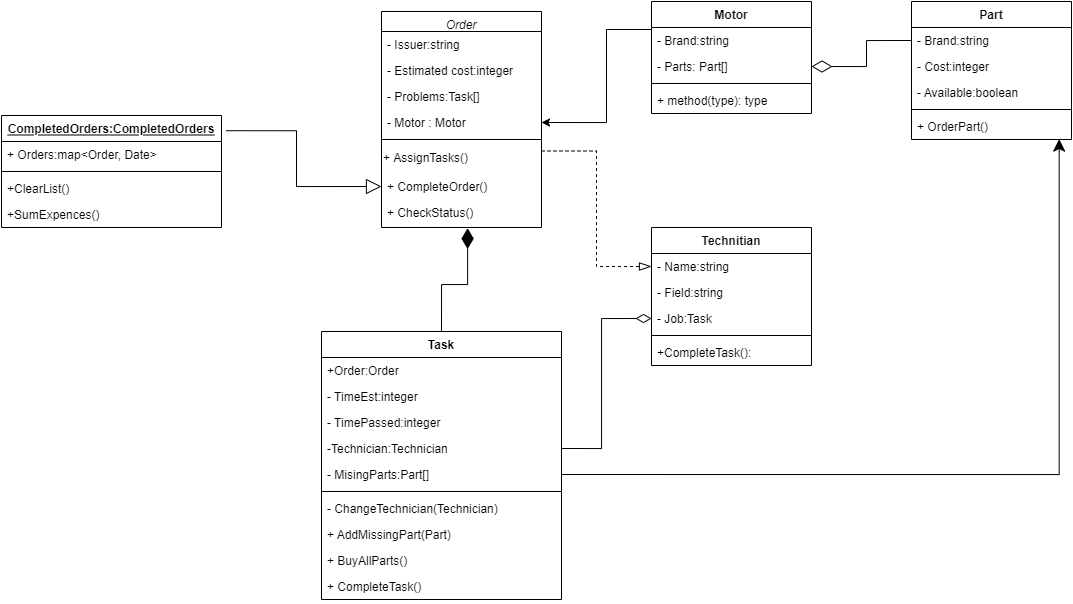
This is SEP diagram.drawio.png from Skydrinka/test, a draw.io export, as it was before one commit. Source tidied: cells renumbered, new cells last; positions are measured from the earlier drawing's top-left corner, leaving out a move shared by most shapes. Source of this version:
```xml
<mxGraphModel>
  <root>
    <mxCell id="0" />
    <mxCell id="1" parent="0" />
    <mxCell id="2" value="Order" style="swimlane;fontStyle=2;align=center;verticalAlign=top;horizontal=1;startSize=20;rounded=0;shadow=0;strokeWidth=1;" parent="1" vertex="1">
      <mxGeometry x="380" y="10" width="160" height="216" as="geometry" />
    </mxCell>
    <mxCell id="3" value="- Issuer:string" style="text;align=left;verticalAlign=top;spacingLeft=4;spacingRight=4;overflow=hidden;" parent="2" vertex="1">
      <mxGeometry y="20" width="160" height="26" as="geometry" />
    </mxCell>
    <mxCell id="4" value="- Estimated cost:integer" style="text;align=left;verticalAlign=top;spacingLeft=4;spacingRight=4;overflow=hidden;rounded=0;shadow=0;html=0;" parent="2" vertex="1">
      <mxGeometry y="46" width="160" height="26" as="geometry" />
    </mxCell>
    <mxCell id="5" value="- Problems:Task[]" style="text;align=left;verticalAlign=top;spacingLeft=4;spacingRight=4;overflow=hidden;rounded=0;shadow=0;html=0;" parent="2" vertex="1">
      <mxGeometry y="72" width="160" height="26" as="geometry" />
    </mxCell>
    <mxCell id="6" value="- Motor : Motor" style="text;strokeColor=none;fillColor=none;align=left;verticalAlign=top;spacingLeft=4;spacingRight=4;overflow=hidden;points=[[0,0.5],[1,0.5]];portConstraint=eastwest;" parent="2" vertex="1">
      <mxGeometry y="98" width="160" height="26" as="geometry" />
    </mxCell>
    <mxCell id="7" style="line;html=1;strokeWidth=1;align=left;verticalAlign=middle;spacingTop=-1;spacingLeft=3;spacingRight=3;labelPosition=right;" parent="2" vertex="1">
      <mxGeometry y="124" width="160" height="8" as="geometry" />
    </mxCell>
    <mxCell id="8" value="+ AssignTasks()" style="text;html=1;strokeColor=none;fillColor=none;align=left;verticalAlign=middle;whiteSpace=wrap;rounded=0;" parent="2" vertex="1">
      <mxGeometry y="132" width="160" height="30" as="geometry" />
    </mxCell>
    <mxCell id="9" value="+ CompleteOrder()" style="text;strokeColor=none;fillColor=none;align=left;verticalAlign=top;spacingLeft=4;spacingRight=4;overflow=hidden;points=[[0,0.5],[1,0.5]];portConstraint=eastwest;" parent="2" vertex="1">
      <mxGeometry y="162" width="160" height="26" as="geometry" />
    </mxCell>
    <mxCell id="10" value="+ CheckStatus()" style="text;align=left;verticalAlign=top;spacingLeft=4;spacingRight=4;overflow=hidden;points=[[0,0.5],[1,0.5]];portConstraint=eastwest;" parent="2" vertex="1">
      <mxGeometry y="188" width="160" height="28" as="geometry" />
    </mxCell>
    <mxCell id="11" style="edgeStyle=orthogonalEdgeStyle;rounded=0;jettySize=auto;html=1;exitX=0;exitY=0.25;exitDx=0;exitDy=0;entryX=1;entryY=0.5;entryDx=0;entryDy=0;" parent="1" edge="1" source="12" target="6">
      <mxGeometry relative="1" as="geometry">
        <Array as="points">
          <mxPoint x="605" y="28" />
          <mxPoint x="605" y="121" />
        </Array>
      </mxGeometry>
    </mxCell>
    <mxCell id="12" value="Motor" style="swimlane;fontStyle=1;align=center;verticalAlign=top;horizontal=1;startSize=26;" parent="1" vertex="1">
      <mxGeometry x="650" width="160" height="112" as="geometry" />
    </mxCell>
    <mxCell id="13" value="- Brand:string" style="text;strokeColor=none;fillColor=none;align=left;verticalAlign=top;spacingLeft=4;spacingRight=4;overflow=hidden;" parent="12" vertex="1">
      <mxGeometry y="26" width="160" height="26" as="geometry" />
    </mxCell>
    <mxCell id="14" value="- Parts: Part[]" style="text;strokeColor=none;fillColor=none;align=left;verticalAlign=top;spacingLeft=4;spacingRight=4;overflow=hidden;points=[[0,0.5],[1,0.5]];portConstraint=eastwest;" parent="12" vertex="1">
      <mxGeometry y="52" width="160" height="26" as="geometry" />
    </mxCell>
    <mxCell id="15" style="line;strokeWidth=1;fillColor=none;align=left;verticalAlign=middle;spacingTop=-1;spacingLeft=3;spacingRight=3;labelPosition=right;" parent="12" vertex="1">
      <mxGeometry y="78" width="160" height="8" as="geometry" />
    </mxCell>
    <mxCell id="16" value="+ method(type): type" style="text;strokeColor=none;fillColor=none;align=left;verticalAlign=top;spacingLeft=4;spacingRight=4;overflow=hidden;" parent="12" vertex="1">
      <mxGeometry y="86" width="160" height="26" as="geometry" />
    </mxCell>
    <mxCell id="17" value="Technitian" style="swimlane;fontStyle=1;align=center;verticalAlign=top;horizontal=1;startSize=26;" parent="1" vertex="1">
      <mxGeometry x="650" y="226" width="160" height="138" as="geometry" />
    </mxCell>
    <mxCell id="18" value="- Name:string" style="text;strokeColor=none;fillColor=none;align=left;verticalAlign=top;spacingLeft=4;spacingRight=4;overflow=hidden;points=[[0,0.5],[1,0.5]];portConstraint=eastwest;" parent="17" vertex="1">
      <mxGeometry y="26" width="160" height="26" as="geometry" />
    </mxCell>
    <mxCell id="19" value="- Field:string" style="text;strokeColor=none;fillColor=none;align=left;verticalAlign=top;spacingLeft=4;spacingRight=4;overflow=hidden;" parent="17" vertex="1">
      <mxGeometry y="52" width="160" height="26" as="geometry" />
    </mxCell>
    <mxCell id="20" value="- Job:Task" style="text;strokeColor=none;fillColor=none;align=left;verticalAlign=top;spacingLeft=4;spacingRight=4;overflow=hidden;points=[[0,0.5],[1,0.5]];portConstraint=eastwest;" parent="17" vertex="1">
      <mxGeometry y="78" width="160" height="26" as="geometry" />
    </mxCell>
    <mxCell id="21" style="line;strokeWidth=1;fillColor=none;align=left;verticalAlign=middle;spacingTop=-1;spacingLeft=3;spacingRight=3;labelPosition=right;" parent="17" vertex="1">
      <mxGeometry y="104" width="160" height="8" as="geometry" />
    </mxCell>
    <mxCell id="22" value="+CompleteTask():" style="text;strokeColor=none;fillColor=none;align=left;verticalAlign=top;spacingLeft=4;spacingRight=4;overflow=hidden;" parent="17" vertex="1">
      <mxGeometry y="112" width="160" height="26" as="geometry" />
    </mxCell>
    <mxCell id="23" value="Part" style="swimlane;fontStyle=1;align=center;verticalAlign=top;horizontal=1;startSize=26;" parent="1" vertex="1">
      <mxGeometry x="910" width="160" height="138" as="geometry" />
    </mxCell>
    <mxCell id="24" value="- Brand:string" style="text;strokeColor=none;fillColor=none;align=left;verticalAlign=top;spacingLeft=4;spacingRight=4;overflow=hidden;points=[[0,0.5],[1,0.5]];portConstraint=eastwest;" parent="23" vertex="1">
      <mxGeometry y="26" width="160" height="26" as="geometry" />
    </mxCell>
    <mxCell id="25" value="- Cost:integer" style="text;strokeColor=none;fillColor=none;align=left;verticalAlign=top;spacingLeft=4;spacingRight=4;overflow=hidden;" parent="23" vertex="1">
      <mxGeometry y="52" width="160" height="26" as="geometry" />
    </mxCell>
    <mxCell id="26" value="- Available:boolean" style="text;strokeColor=none;fillColor=none;align=left;verticalAlign=top;spacingLeft=4;spacingRight=4;overflow=hidden;" parent="23" vertex="1">
      <mxGeometry y="78" width="160" height="26" as="geometry" />
    </mxCell>
    <mxCell id="27" style="line;strokeWidth=1;fillColor=none;align=left;verticalAlign=middle;spacingTop=-1;spacingLeft=3;spacingRight=3;labelPosition=right;" parent="23" vertex="1">
      <mxGeometry y="104" width="160" height="8" as="geometry" />
    </mxCell>
    <mxCell id="28" value="+ OrderPart()" style="text;strokeColor=none;fillColor=none;align=left;verticalAlign=top;spacingLeft=4;spacingRight=4;overflow=hidden;points=[[0,0.5],[1,0.5]];portConstraint=eastwest;" parent="23" vertex="1">
      <mxGeometry y="112" width="160" height="26" as="geometry" />
    </mxCell>
    <mxCell id="29" style="edgeStyle=orthogonalEdgeStyle;rounded=0;jettySize=auto;html=1;exitX=0;exitY=0.5;exitDx=0;exitDy=0;entryX=1;entryY=0.5;entryDx=0;entryDy=0;startArrow=none;startFill=0;endArrow=diamondThin;endFill=0;endSize=18;" parent="1" edge="1" source="24" target="14">
      <mxGeometry relative="1" as="geometry" />
    </mxCell>
    <mxCell id="30" style="edgeStyle=orthogonalEdgeStyle;rounded=0;jettySize=auto;html=1;exitX=0.5;exitY=0;exitDx=0;exitDy=0;startArrow=none;startFill=0;endArrow=diamondThin;endFill=1;endSize=18;entryX=0.538;entryY=1.023;entryDx=0;entryDy=0;entryPerimeter=0;" parent="1" edge="1" source="31" target="10">
      <mxGeometry relative="1" as="geometry" />
    </mxCell>
    <mxCell id="31" value="Task" style="swimlane;fontStyle=1;align=center;verticalAlign=top;horizontal=1;startSize=26;" parent="1" vertex="1">
      <mxGeometry x="320" y="330" width="240" height="268" as="geometry" />
    </mxCell>
    <mxCell id="32" value="+Order:Order" style="text;strokeColor=none;fillColor=none;align=left;verticalAlign=top;spacingLeft=4;spacingRight=4;overflow=hidden;" parent="31" vertex="1">
      <mxGeometry y="26" width="240" height="26" as="geometry" />
    </mxCell>
    <mxCell id="33" value="- TimeEst:integer" style="text;strokeColor=none;fillColor=none;align=left;verticalAlign=top;spacingLeft=4;spacingRight=4;overflow=hidden;" parent="31" vertex="1">
      <mxGeometry y="52" width="240" height="26" as="geometry" />
    </mxCell>
    <mxCell id="34" value="- TimePassed:integer" style="text;strokeColor=none;fillColor=none;align=left;verticalAlign=top;spacingLeft=4;spacingRight=4;overflow=hidden;" parent="31" vertex="1">
      <mxGeometry y="78" width="240" height="26" as="geometry" />
    </mxCell>
    <mxCell id="35" value="-Technician:Technician" style="text;strokeColor=none;fillColor=none;align=left;verticalAlign=top;spacingLeft=4;spacingRight=4;overflow=hidden;points=[[0,0.5],[1,0.5]];portConstraint=eastwest;" parent="31" vertex="1">
      <mxGeometry y="104" width="240" height="26" as="geometry" />
    </mxCell>
    <mxCell id="36" value="- MisingParts:Part[]" style="text;strokeColor=none;fillColor=none;align=left;verticalAlign=top;spacingLeft=4;spacingRight=4;overflow=hidden;points=[[0,0.5],[1,0.5]];portConstraint=eastwest;" parent="31" vertex="1">
      <mxGeometry y="130" width="240" height="26" as="geometry" />
    </mxCell>
    <mxCell id="37" style="line;strokeWidth=1;fillColor=none;align=left;verticalAlign=middle;spacingTop=-1;spacingLeft=3;spacingRight=3;labelPosition=right;" parent="31" vertex="1">
      <mxGeometry y="156" width="240" height="8" as="geometry" />
    </mxCell>
    <mxCell id="38" value="- ChangeTechnician(Technician)" style="text;strokeColor=none;fillColor=none;align=left;verticalAlign=top;spacingLeft=4;spacingRight=4;overflow=hidden;" parent="31" vertex="1">
      <mxGeometry y="164" width="240" height="26" as="geometry" />
    </mxCell>
    <mxCell id="39" value="+ AddMissingPart(Part)" style="text;strokeColor=none;fillColor=none;align=left;verticalAlign=top;spacingLeft=4;spacingRight=4;overflow=hidden;" parent="31" vertex="1">
      <mxGeometry y="190" width="240" height="26" as="geometry" />
    </mxCell>
    <mxCell id="40" value="+ BuyAllParts()" style="text;strokeColor=none;fillColor=none;align=left;verticalAlign=top;spacingLeft=4;spacingRight=4;overflow=hidden;" parent="31" vertex="1">
      <mxGeometry y="216" width="240" height="26" as="geometry" />
    </mxCell>
    <mxCell id="41" value="+ CompleteTask()" style="text;strokeColor=none;fillColor=none;align=left;verticalAlign=top;spacingLeft=4;spacingRight=4;overflow=hidden;" parent="31" vertex="1">
      <mxGeometry y="242" width="240" height="26" as="geometry" />
    </mxCell>
    <mxCell id="42" style="edgeStyle=orthogonalEdgeStyle;rounded=0;jettySize=auto;html=1;exitX=1;exitY=0.25;exitDx=0;exitDy=0;entryX=0;entryY=0.5;entryDx=0;entryDy=0;startArrow=none;startFill=0;endArrow=blockThin;endFill=0;endSize=10;dashed=1;" parent="1" edge="1" source="8" target="18">
      <mxGeometry relative="1" as="geometry" />
    </mxCell>
    <mxCell id="43" style="edgeStyle=orthogonalEdgeStyle;rounded=0;jettySize=auto;html=1;exitX=1;exitY=0.5;exitDx=0;exitDy=0;entryX=0;entryY=0.5;entryDx=0;entryDy=0;startArrow=none;startFill=0;endArrow=diamondThin;endFill=0;endSize=13;" parent="1" edge="1" source="35" target="20">
      <mxGeometry relative="1" as="geometry" />
    </mxCell>
    <mxCell id="44" style="edgeStyle=orthogonalEdgeStyle;rounded=0;jettySize=auto;html=1;exitX=1;exitY=0.5;exitDx=0;exitDy=0;entryX=0.923;entryY=0.984;entryDx=0;entryDy=0;entryPerimeter=0;startArrow=none;startFill=0;endArrow=classic;endFill=1;endSize=10;" parent="1" edge="1" source="36" target="28">
      <mxGeometry relative="1" as="geometry" />
    </mxCell>
    <mxCell id="45" value="CompletedOrders:CompletedOrders" style="swimlane;fontStyle=5;align=center;verticalAlign=top;horizontal=1;startSize=26;" parent="1" vertex="1">
      <mxGeometry y="114" width="220" height="112" as="geometry" />
    </mxCell>
    <mxCell id="46" value="+ Orders:map&lt;Order, Date&gt;" style="text;strokeColor=none;fillColor=none;align=left;verticalAlign=top;spacingLeft=4;spacingRight=4;overflow=hidden;" parent="45" vertex="1">
      <mxGeometry y="26" width="220" height="26" as="geometry" />
    </mxCell>
    <mxCell id="47" style="line;strokeWidth=1;fillColor=none;align=left;verticalAlign=middle;spacingTop=-1;spacingLeft=3;spacingRight=3;labelPosition=right;" parent="45" vertex="1">
      <mxGeometry y="52" width="220" height="8" as="geometry" />
    </mxCell>
    <mxCell id="48" value="+ClearList()" style="text;strokeColor=none;fillColor=none;align=left;verticalAlign=top;spacingLeft=4;spacingRight=4;overflow=hidden;" parent="45" vertex="1">
      <mxGeometry y="60" width="220" height="26" as="geometry" />
    </mxCell>
    <mxCell id="49" value="+SumExpences()" style="text;strokeColor=none;fillColor=none;align=left;verticalAlign=top;spacingLeft=4;spacingRight=4;overflow=hidden;" parent="45" vertex="1">
      <mxGeometry y="86" width="220" height="26" as="geometry" />
    </mxCell>
    <mxCell id="50" style="edgeStyle=orthogonalEdgeStyle;rounded=0;jettySize=auto;html=1;exitX=0;exitY=0.5;exitDx=0;exitDy=0;entryX=1.021;entryY=0.136;entryDx=0;entryDy=0;entryPerimeter=0;endArrow=none;endFill=0;startArrow=block;startFill=0;strokeWidth=1;jumpSize=6;endSize=6;startSize=13;" parent="1" edge="1" source="9" target="45">
      <mxGeometry relative="1" as="geometry" />
    </mxCell>
  </root>
</mxGraphModel>
```
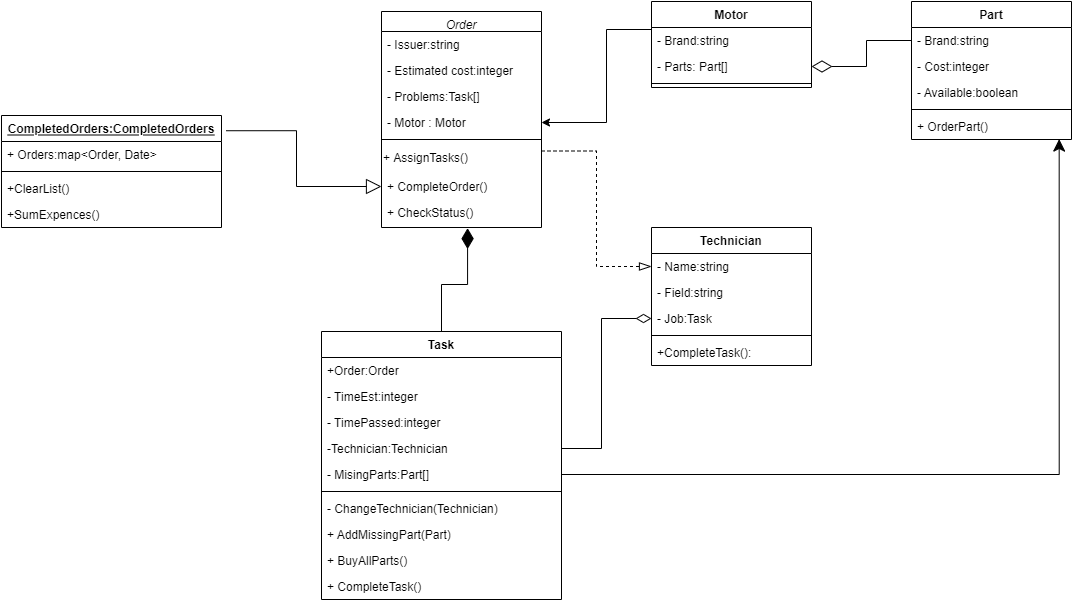
Later version of the same file.

What changed in the source:
```diff
@@ -38,7 +38,7 @@
       </mxGeometry>
     </mxCell>
     <mxCell id="12" value="Motor" style="swimlane;fontStyle=1;align=center;verticalAlign=top;horizontal=1;startSize=26;" parent="1" vertex="1">
-      <mxGeometry x="650" width="160" height="112" as="geometry" />
+      <mxGeometry x="650" width="160" height="86" as="geometry" />
     </mxCell>
     <mxCell id="13" value="- Brand:string" style="text;strokeColor=none;fillColor=none;align=left;verticalAlign=top;spacingLeft=4;spacingRight=4;overflow=hidden;" parent="12" vertex="1">
       <mxGeometry y="26" width="160" height="26" as="geometry" />
@@ -49,10 +49,7 @@
     <mxCell id="15" style="line;strokeWidth=1;fillColor=none;align=left;verticalAlign=middle;spacingTop=-1;spacingLeft=3;spacingRight=3;labelPosition=right;" parent="12" vertex="1">
       <mxGeometry y="78" width="160" height="8" as="geometry" />
     </mxCell>
-    <mxCell id="16" value="+ method(type): type" style="text;strokeColor=none;fillColor=none;align=left;verticalAlign=top;spacingLeft=4;spacingRight=4;overflow=hidden;" parent="12" vertex="1">
-      <mxGeometry y="86" width="160" height="26" as="geometry" />
-    </mxCell>
-    <mxCell id="17" value="Technitian" style="swimlane;fontStyle=1;align=center;verticalAlign=top;horizontal=1;startSize=26;" parent="1" vertex="1">
+    <mxCell id="17" value="Technician" style="swimlane;fontStyle=1;align=center;verticalAlign=top;horizontal=1;startSize=26;" parent="1" vertex="1">
       <mxGeometry x="650" y="226" width="160" height="138" as="geometry" />
     </mxCell>
     <mxCell id="18" value="- Name:string" style="text;strokeColor=none;fillColor=none;align=left;verticalAlign=top;spacingLeft=4;spacingRight=4;overflow=hidden;points=[[0,0.5],[1,0.5]];portConstraint=eastwest;" parent="17" vertex="1">
```
